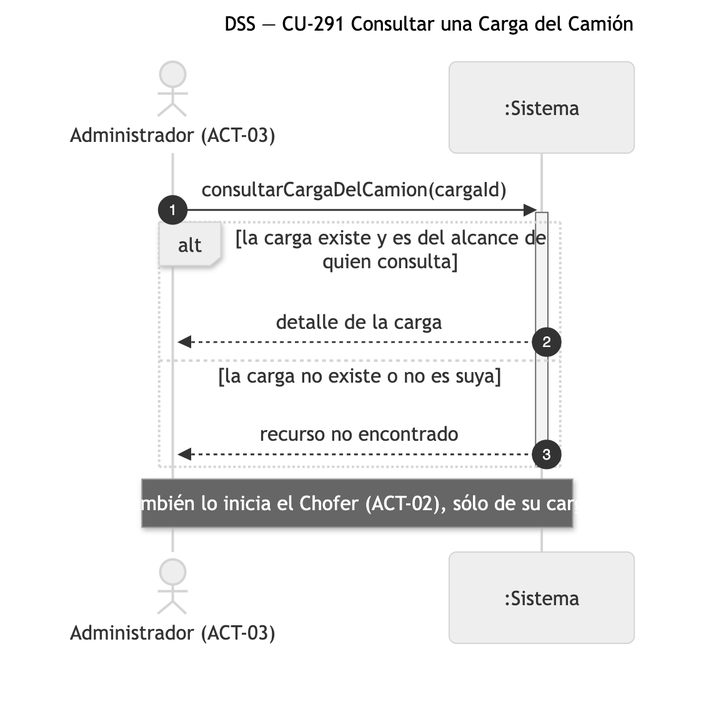
This is diagramas/png/DSS_CU-291_Consultar-una-Carga-del-Camion.png from Nahuelito-Dev/splg-docs, a Mermaid export, as it was before one commit. Its source is kept beside it as diagramas/DSS_CU-291_Consultar-una-Carga-del-Camion.mmd. Its diagram source:
```mermaid
sequenceDiagram
    title DSS — CU-291 Consultar una Carga del Camión
    autonumber
    actor ADM as Administrador (ACT-03)
    participant SIS as :Sistema

    ADM->>SIS: consultarCargaDelCamion(cargaId)
    activate SIS
    alt la carga existe y es del alcance de quien consulta
        SIS-->>ADM: detalle de la carga
    else la carga no existe o no es suya
        SIS-->>ADM: recurso no encontrado
    end
    deactivate SIS

    Note over ADM,SIS: También lo inicia el Chofer (ACT-02), sólo de su carga
```
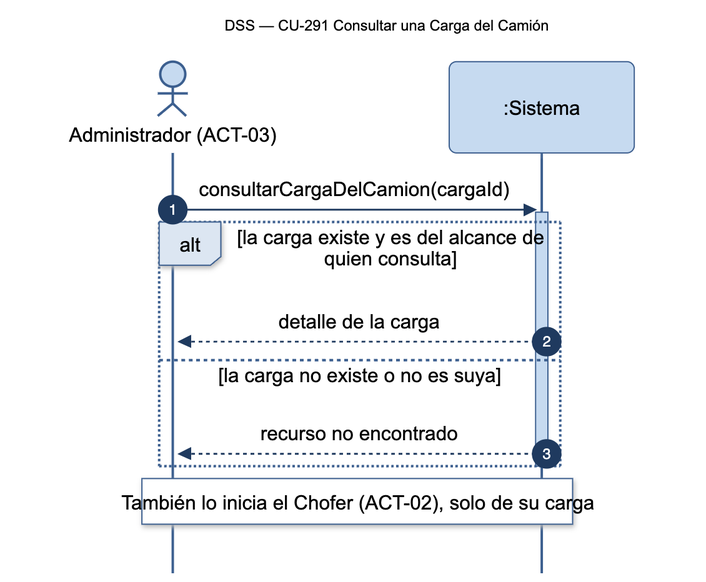
The same diagram one commit later.

The edit, as a diff of the source:
```diff
@@ -13,4 +13,4 @@
     end
     deactivate SIS
 
-    Note over ADM,SIS: También lo inicia el Chofer (ACT-02), sólo de su carga
+    Note over ADM,SIS: También lo inicia el Chofer (ACT-02), solo de su carga
```
